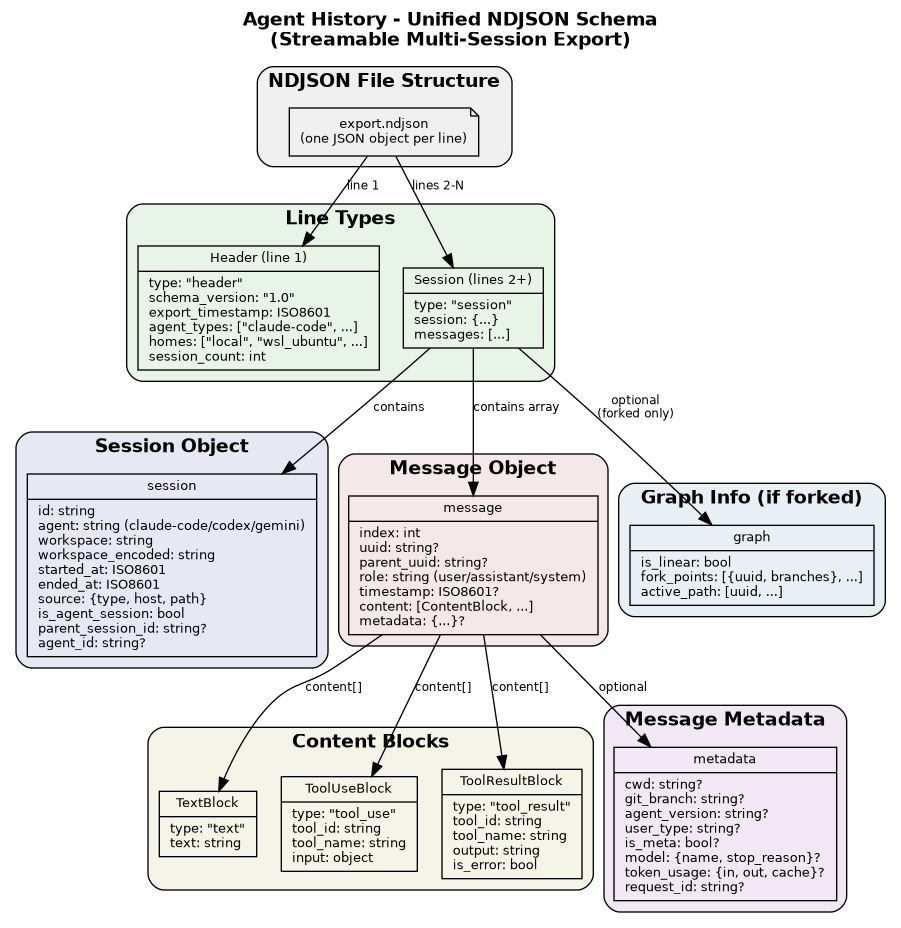
kvsankar/agent-history keeps this Graphviz diagram as docs/unified_json_schema.png. Above is the earlier version. Its source is kept beside it as docs/unified_json_schema.dot.
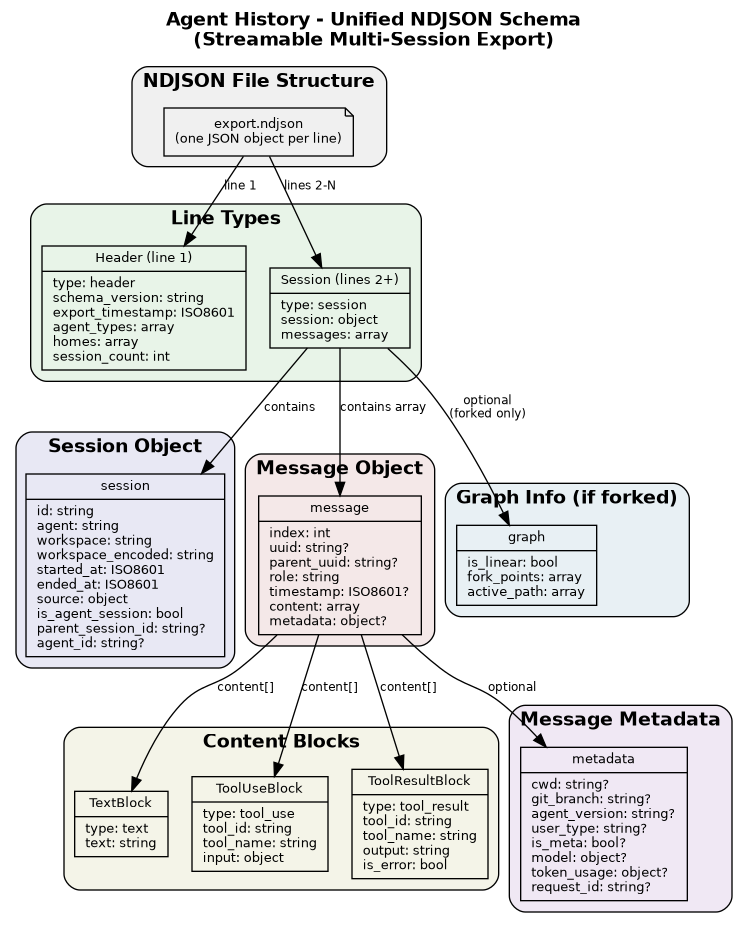
Later version of the same file.

Commit message:
fix: simplify schema diagram - remove escaped quotes

Remove all escaped quotes and literal values from diagram.
Show only field names and types for cleaner rendering.

🤖 Generated with [Claude Code](https://claude.com/claude-code)

Change to the diagram source:
```diff
@@ -22,9 +22,9 @@
         style=rounded;
         bgcolor="#e8f4e8";
 
-        header [label="{Header (line 1)|type: \"header\"\lschema_version: \"1.0\"\lexport_timestamp: ISO8601\lagent_types: [\"claude-code\", ...]\lhomes: [\"local\", \"wsl_ubuntu\", ...]\lsession_count: int\l}"];
+        header [label="{Header (line 1)|type: header\lschema_version: string\lexport_timestamp: ISO8601\lagent_types: array\lhomes: array\lsession_count: int\l}"];
 
-        session [label="{Session (lines 2+)|type: \"session\"\lsession: \{...\}\lmessages: [...]\l}"];
+        session [label="{Session (lines 2+)|type: session\lsession: object\lmessages: array\l}"];
     }
 
     subgraph cluster_session {
@@ -32,7 +32,7 @@
         style=rounded;
         bgcolor="#e8e8f4";
 
-        session_obj [label="{session|id: string\lagent: string (claude-code/codex/gemini)\lworkspace: string\lworkspace_encoded: string\lstarted_at: ISO8601\lended_at: ISO8601\lsource: \{type, host, path\}\lis_agent_session: bool\lparent_session_id: string?\lagent_id: string?\l}"];
+        session_obj [label="{session|id: string\lagent: string\lworkspace: string\lworkspace_encoded: string\lstarted_at: ISO8601\lended_at: ISO8601\lsource: object\lis_agent_session: bool\lparent_session_id: string?\lagent_id: string?\l}"];
     }
 
     subgraph cluster_message {
@@ -40,7 +40,7 @@
         style=rounded;
         bgcolor="#f4e8e8";
 
-        message [label="{message|index: int\luuid: string?\lparent_uuid: string?\lrole: string (user/assistant/system)\ltimestamp: ISO8601?\lcontent: [ContentBlock, ...]\lmetadata: \{...\}?\l}"];
+        message [label="{message|index: int\luuid: string?\lparent_uuid: string?\lrole: string\ltimestamp: ISO8601?\lcontent: array\lmetadata: object?\l}"];
     }
 
     subgraph cluster_content {
@@ -48,11 +48,11 @@
         style=rounded;
         bgcolor="#f4f4e8";
 
-        text_block [label="{TextBlock|type: \"text\"\ltext: string\l}"];
+        text_block [label="{TextBlock|type: text\ltext: string\l}"];
 
-        tool_use [label="{ToolUseBlock|type: \"tool_use\"\ltool_id: string\ltool_name: string\linput: object\l}"];
+        tool_use [label="{ToolUseBlock|type: tool_use\ltool_id: string\ltool_name: string\linput: object\l}"];
 
-        tool_result [label="{ToolResultBlock|type: \"tool_result\"\ltool_id: string\ltool_name: string\loutput: string\lis_error: bool\l}"];
+        tool_result [label="{ToolResultBlock|type: tool_result\ltool_id: string\ltool_name: string\loutput: string\lis_error: bool\l}"];
     }
 
     subgraph cluster_metadata {
@@ -60,7 +60,7 @@
         style=rounded;
         bgcolor="#f0e8f4";
 
-        metadata [label="{metadata|cwd: string?\lgit_branch: string?\lagent_version: string?\luser_type: string?\lis_meta: bool?\lmodel: \{name, stop_reason\}?\ltoken_usage: \{in, out, cache\}?\lrequest_id: string?\l}"];
+        metadata [label="{metadata|cwd: string?\lgit_branch: string?\lagent_version: string?\luser_type: string?\lis_meta: bool?\lmodel: object?\ltoken_usage: object?\lrequest_id: string?\l}"];
     }
 
     subgraph cluster_graph {
@@ -68,7 +68,7 @@
         style=rounded;
         bgcolor="#e8f0f4";
 
-        graph_info [label="{graph|is_linear: bool\lfork_points: [\{uuid, branches\}, ...]\lactive_path: [uuid, ...]\l}"];
+        graph_info [label="{graph|is_linear: bool\lfork_points: array\lactive_path: array\l}"];
     }
 
     file -> header [label="line 1"];
```
